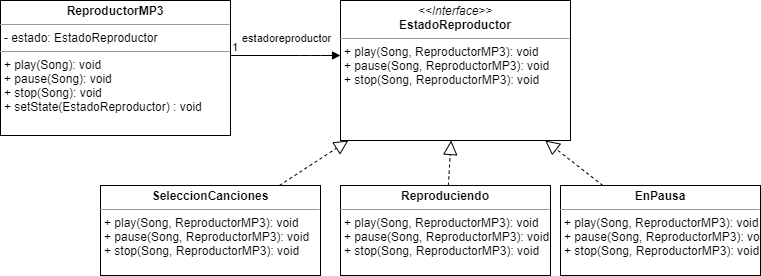
This is src/tpStateStrategy/reproductorMP3/ReproductorMP3.png from CundariNicolas/unqui-poo2-cundari, a draw.io export, as it was before one commit. Source tidied: cells renumbered, new cells last; positions are measured from the earlier drawing's top-left corner, leaving out a move shared by most shapes.
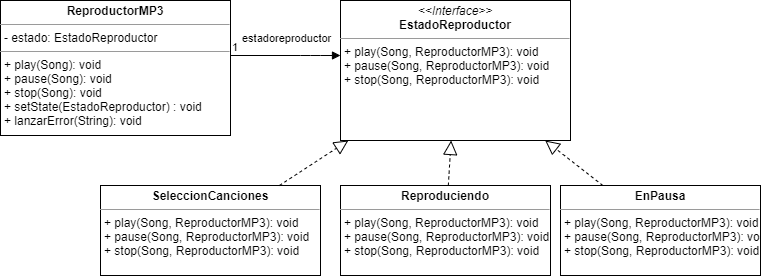
Above is the later version.

Diff of the diagram source:
```diff
@@ -2,7 +2,7 @@
   <root>
     <mxCell id="0" />
     <mxCell id="1" parent="0" />
-    <mxCell id="2" value="&lt;p style=&quot;margin: 0px ; margin-top: 4px ; text-align: center&quot;&gt;&lt;b&gt;ReproductorMP3&lt;/b&gt;&lt;/p&gt;&lt;hr size=&quot;1&quot;&gt;&lt;p style=&quot;margin: 0px ; margin-left: 4px&quot;&gt;- estado: EstadoReproductor&lt;/p&gt;&lt;hr size=&quot;1&quot;&gt;&lt;p style=&quot;margin: 0px ; margin-left: 4px&quot;&gt;+ play(Song): void&lt;/p&gt;&lt;p style=&quot;margin: 0px ; margin-left: 4px&quot;&gt;+ pause(Song): void&lt;/p&gt;&lt;p style=&quot;margin: 0px ; margin-left: 4px&quot;&gt;+ stop(Song): void&lt;/p&gt;&lt;p style=&quot;margin: 0px ; margin-left: 4px&quot;&gt;+ setState(EstadoReproductor) : void&lt;/p&gt;" style="verticalAlign=top;align=left;overflow=fill;fontSize=12;fontFamily=Helvetica;html=1;" parent="1" vertex="1">
+    <mxCell id="2" value="&lt;p style=&quot;margin: 0px ; margin-top: 4px ; text-align: center&quot;&gt;&lt;b&gt;ReproductorMP3&lt;/b&gt;&lt;/p&gt;&lt;hr size=&quot;1&quot;&gt;&lt;p style=&quot;margin: 0px ; margin-left: 4px&quot;&gt;- estado: EstadoReproductor&lt;/p&gt;&lt;hr size=&quot;1&quot;&gt;&lt;p style=&quot;margin: 0px ; margin-left: 4px&quot;&gt;+ play(Song): void&lt;/p&gt;&lt;p style=&quot;margin: 0px ; margin-left: 4px&quot;&gt;+ pause(Song): void&lt;/p&gt;&lt;p style=&quot;margin: 0px ; margin-left: 4px&quot;&gt;+ stop(Song): void&lt;/p&gt;&lt;p style=&quot;margin: 0px ; margin-left: 4px&quot;&gt;+ setState(EstadoReproductor) : void&lt;/p&gt;&lt;p style=&quot;margin: 0px ; margin-left: 4px&quot;&gt;+ lanzarError(String): void&lt;/p&gt;" style="verticalAlign=top;align=left;overflow=fill;fontSize=12;fontFamily=Helvetica;html=1;" parent="1" vertex="1">
       <mxGeometry width="230" height="135" as="geometry" />
     </mxCell>
     <mxCell id="3" value="&lt;p style=&quot;margin: 0px ; margin-top: 4px ; text-align: center&quot;&gt;&lt;b&gt;SeleccionCanciones&lt;/b&gt;&lt;/p&gt;&lt;hr size=&quot;1&quot;&gt;&lt;p style=&quot;margin: 0px ; margin-left: 4px&quot;&gt;&lt;/p&gt;&lt;p style=&quot;margin: 0px 0px 0px 4px&quot;&gt;+ play(Song, ReproductorMP3): void&lt;/p&gt;&lt;p style=&quot;margin: 0px 0px 0px 4px&quot;&gt;+ pause(Song, ReproductorMP3): void&lt;/p&gt;&lt;p style=&quot;margin: 0px 0px 0px 4px&quot;&gt;+ stop(Song, ReproductorMP3): void&lt;/p&gt;" style="verticalAlign=top;align=left;overflow=fill;fontSize=12;fontFamily=Helvetica;html=1;" parent="1" vertex="1">
```
